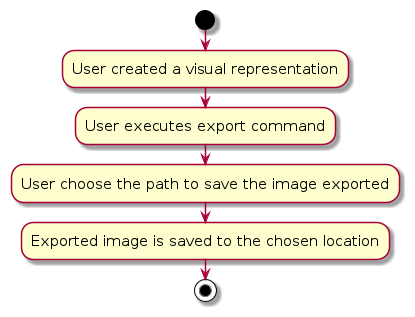
This is diagrams/ExportActivityDiagram.png from AY2324S1-CS2103T-W13-2/tp, a PlantUML export, as it was before one commit. Its source is kept beside it as diagrams/ExportActivityDiagram.puml. Source of this version:
```plantuml
@startuml
skin rose
skinparam ActivityFontSize 15
skinparam ArrowFontSize 12
start
:User created a visual representation;
:User executes export command;
:User choose the path to save the image exported;
:Exported image is saved to the chosen location;
stop
@enduml
```
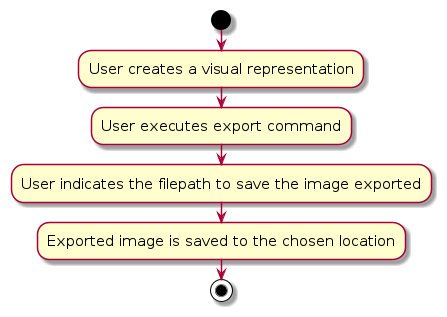
The same file after the commit.

The edit, as a diff of the source:
```diff
@@ -3,9 +3,9 @@
 skinparam ActivityFontSize 15
 skinparam ArrowFontSize 12
 start
-:User created a visual representation;
+:User creates a visual representation;
 :User executes export command;
-:User choose the path to save the image exported;
+:User indicates the filepath to save the image exported;
 :Exported image is saved to the chosen location;
 stop
 @enduml
```
